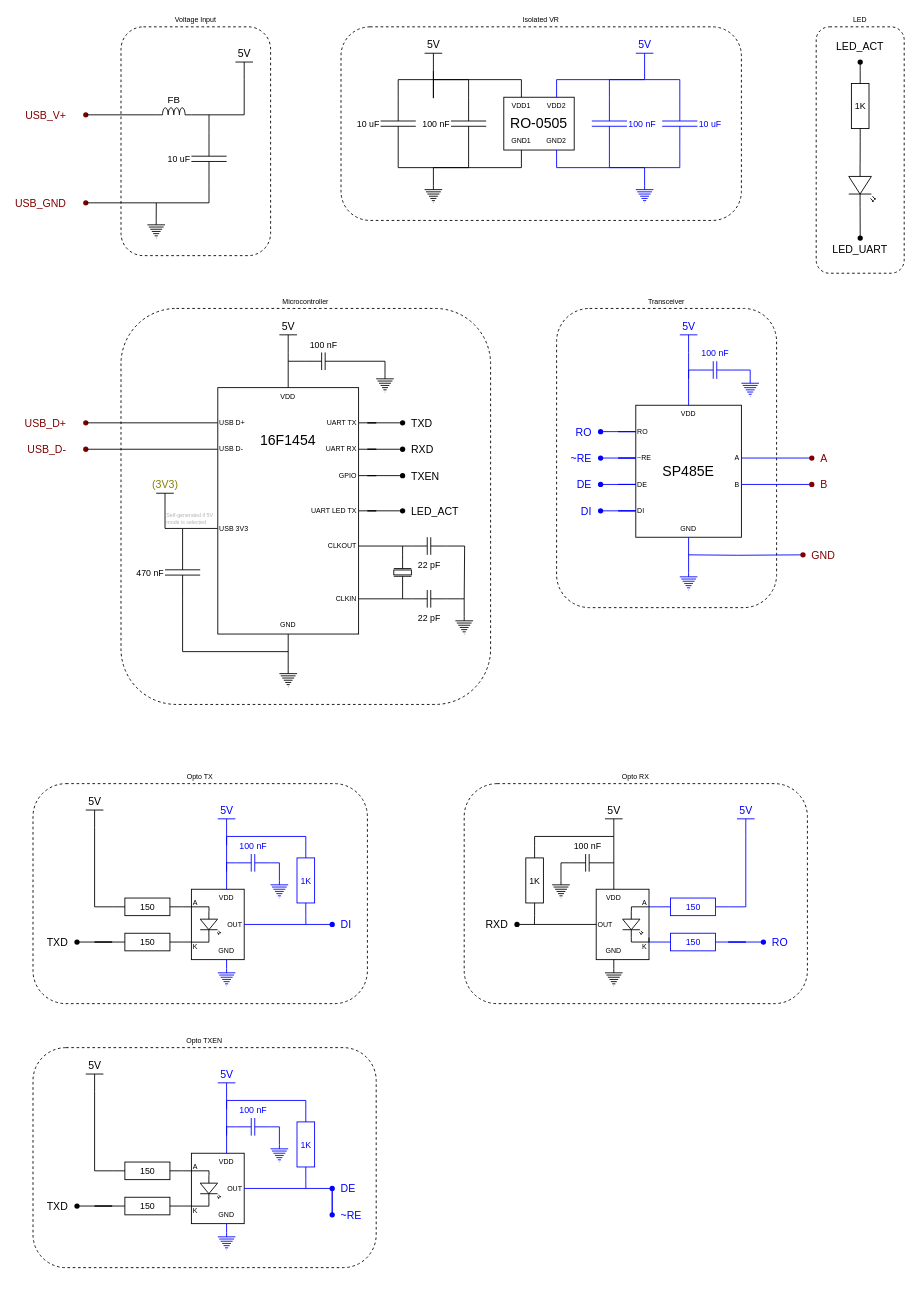
medo64/Januska keeps this draw.io diagram as Hardware/src/Januska [A].drawio. Above is the earlier version. Source tidied: cells renumbered, new cells numbered last; positions are measured from the earlier drawing's top-left corner, leaving out a move shared by most shapes. Both pictures are drawn from the tidied source at 88%, with x=0, y=0 at pixel (33, 26).
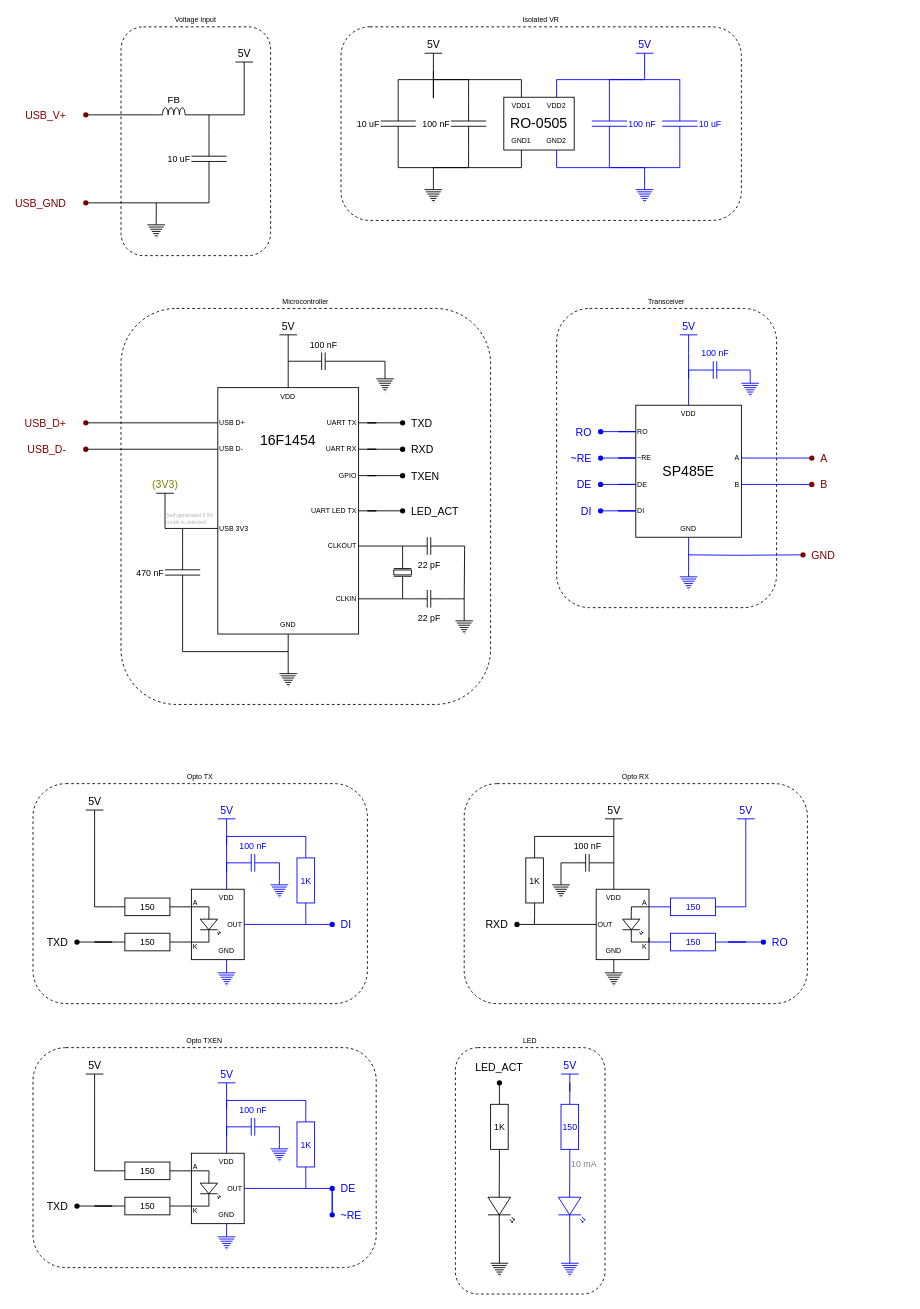
The same diagram, later.

What changed in the source:
```diff
@@
     <mxCell id="6" value="LED" style="rounded=1;whiteSpace=wrap;html=1;fontSize=8;dashed=1;glass=0;fillColor=none;labelPosition=center;verticalLabelPosition=top;align=center;verticalAlign=bottom;spacingLeft=0;" parent="1" vertex="1">
-      <mxGeometry x="890" width="100" height="280" as="geometry" />
+      <mxGeometry x="480" y="1160" width="170" height="280" as="geometry" />
     </mxCell>
@@
     <mxCell id="39" value="1K" style="verticalLabelPosition=middle;shadow=0;dashed=0;align=center;html=1;verticalAlign=middle;shape=mxgraph.electrical.resistors.resistor_1;fontFamily=Helvetica;fontSize=10;fontColor=default;strokeColor=#000000;direction=south;labelPosition=center;" parent="1" vertex="1">
-      <mxGeometry x="930" y="50" width="20" height="80" as="geometry" />
+      <mxGeometry x="520" y="1210" width="20" height="80" as="geometry" />
     </mxCell>
-    <mxCell id="40" style="edgeStyle=orthogonalEdgeStyle;shape=connector;rounded=0;jettySize=auto;html=1;exitX=1;exitY=0.57;exitDx=0;exitDy=0;exitPerimeter=0;entryX=0.462;entryY=0.458;entryDx=0;entryDy=0;entryPerimeter=0;labelBackgroundColor=default;fontFamily=Helvetica;fontSize=10;fontColor=default;endArrow=none;endFill=0;strokeColor=default;" parent="1" edge="1" source="41" target="42">
-      <mxGeometry relative="1" as="geometry" />
+    <mxCell id="40" style="edgeStyle=orthogonalEdgeStyle;shape=connector;rounded=0;jettySize=auto;html=1;exitX=1;exitY=0.57;exitDx=0;exitDy=0;exitPerimeter=0;entryX=0.462;entryY=0.458;entryDx=0;entryDy=0;entryPerimeter=0;labelBackgroundColor=default;fontFamily=Helvetica;fontSize=10;fontColor=default;endArrow=none;endFill=0;strokeColor=default;" parent="1" edge="1" source="41">
+      <mxGeometry relative="1" as="geometry">
+        <mxPoint x="530" y="1400" as="targetPoint" />
+      </mxGeometry>
     </mxCell>
     <mxCell id="41" style="verticalLabelPosition=bottom;shadow=0;dashed=0;align=center;html=1;verticalAlign=top;shape=mxgraph.electrical.opto_electronics.led_2;fontFamily=Helvetica;fontSize=10;fontColor=default;strokeColor=#000000;direction=south;" parent="1" vertex="1">
-      <mxGeometry x="927" y="155" width="30" height="50" as="geometry" />
+      <mxGeometry x="517" y="1315" width="30" height="50" as="geometry" />
     </mxCell>
-    <mxCell id="42" value="LED_UART" style="shape=waypoint;sketch=0;fillStyle=solid;size=6;points=[];fillColor=none;perimeter=centerPerimeter;snapToPoint=1;strokeColor=#000000;labelPosition=center;verticalLabelPosition=bottom;align=center;verticalAlign=top;fontColor=default;spacingTop=-20;" parent="1" vertex="1">
-      <mxGeometry x="920" y="220" width="40" height="40" as="geometry" />
-    </mxCell>
@@
     <mxCell id="76" value="LED_ACT" style="shape=waypoint;sketch=0;fillStyle=solid;size=6;points=[];fillColor=none;perimeter=centerPerimeter;snapToPoint=1;strokeColor=#000000;labelPosition=center;verticalLabelPosition=top;align=center;verticalAlign=bottom;fontColor=default;spacingTop=0;spacingLeft=0;spacingBottom=-12;" parent="1" vertex="1">
-      <mxGeometry x="920" y="20" width="40" height="40" as="geometry" />
+      <mxGeometry x="510" y="1180" width="40" height="40" as="geometry" />
     </mxCell>
@@
+    <mxCell id="231" style="verticalLabelPosition=bottom;shadow=0;dashed=0;align=center;html=1;verticalAlign=top;shape=mxgraph.electrical.signal_sources.protective_earth;fontFamily=Helvetica;fontSize=10;fontColor=#000000;strokeColor=#000000;" parent="1" vertex="1">
+      <mxGeometry x="520" y="1400" width="20" height="20" as="geometry" />
+    </mxCell>
+    <mxCell id="232" style="edgeStyle=orthogonalEdgeStyle;shape=connector;rounded=0;jettySize=auto;html=1;exitX=1;exitY=0.5;exitDx=0;exitDy=0;exitPerimeter=0;entryX=0;entryY=0.57;entryDx=0;entryDy=0;entryPerimeter=0;labelBackgroundColor=default;fontFamily=Helvetica;fontSize=10;fontColor=default;endArrow=none;endFill=0;strokeColor=#0000FF;" parent="1" edge="1" source="234" target="236">
+      <mxGeometry relative="1" as="geometry" />
+    </mxCell>
+    <mxCell id="233" style="edgeStyle=orthogonalEdgeStyle;shape=connector;rounded=0;jettySize=auto;html=1;exitX=0;exitY=0.5;exitDx=0;exitDy=0;exitPerimeter=0;labelBackgroundColor=default;fontFamily=Helvetica;fontSize=11;fontColor=default;endArrow=none;endFill=0;strokeColor=default;" parent="1" edge="1" source="234">
+      <mxGeometry relative="1" as="geometry">
+        <mxPoint x="610" y="1200" as="targetPoint" />
+      </mxGeometry>
+    </mxCell>
+    <mxCell id="234" value="150" style="verticalLabelPosition=middle;shadow=0;dashed=0;align=center;html=1;verticalAlign=middle;shape=mxgraph.electrical.resistors.resistor_1;fontFamily=Helvetica;fontSize=10;fontColor=#0000FF;strokeColor=#0000FF;direction=south;labelPosition=center;" parent="1" vertex="1">
+      <mxGeometry x="600" y="1210" width="20" height="80" as="geometry" />
+    </mxCell>
+    <mxCell id="235" style="edgeStyle=orthogonalEdgeStyle;shape=connector;rounded=0;jettySize=auto;html=1;exitX=1;exitY=0.57;exitDx=0;exitDy=0;exitPerimeter=0;entryX=0.462;entryY=0.458;entryDx=0;entryDy=0;entryPerimeter=0;labelBackgroundColor=default;fontFamily=Helvetica;fontSize=10;fontColor=default;endArrow=none;endFill=0;strokeColor=#0000FF;" parent="1" edge="1" source="236">
+      <mxGeometry relative="1" as="geometry">
+        <mxPoint x="610" y="1400" as="targetPoint" />
+      </mxGeometry>
+    </mxCell>
+    <mxCell id="236" style="verticalLabelPosition=bottom;shadow=0;dashed=0;align=center;html=1;verticalAlign=top;shape=mxgraph.electrical.opto_electronics.led_2;fontFamily=Helvetica;fontSize=10;fontColor=default;strokeColor=#0000FF;direction=south;" parent="1" vertex="1">
+      <mxGeometry x="597" y="1315" width="30" height="50" as="geometry" />
+    </mxCell>
+    <mxCell id="237" style="verticalLabelPosition=bottom;shadow=0;dashed=0;align=center;html=1;verticalAlign=top;shape=mxgraph.electrical.signal_sources.protective_earth;fontFamily=Helvetica;fontSize=10;fontColor=#000000;strokeColor=#0000FF;" parent="1" vertex="1">
+      <mxGeometry x="600" y="1400" width="20" height="20" as="geometry" />
+    </mxCell>
+    <mxCell id="238" value="5V" style="verticalLabelPosition=top;verticalAlign=bottom;shape=mxgraph.electrical.signal_sources.vdd;shadow=0;dashed=0;align=center;strokeWidth=1;fontSize=12;html=1;flipV=1;fontFamily=Helvetica;fontColor=#0000FF;strokeColor=#0000FF;" parent="1" vertex="1">
+      <mxGeometry x="600" y="1190" width="20" height="20" as="geometry" />
+    </mxCell>
+    <mxCell id="239" value="10 mA" style="text;html=1;strokeColor=none;fillColor=none;align=left;verticalAlign=top;whiteSpace=wrap;rounded=0;fontColor=#808080;fontSize=10;" parent="1" vertex="1">
+      <mxGeometry x="610" y="1280" width="40" height="40" as="geometry" />
+    </mxCell>
```
